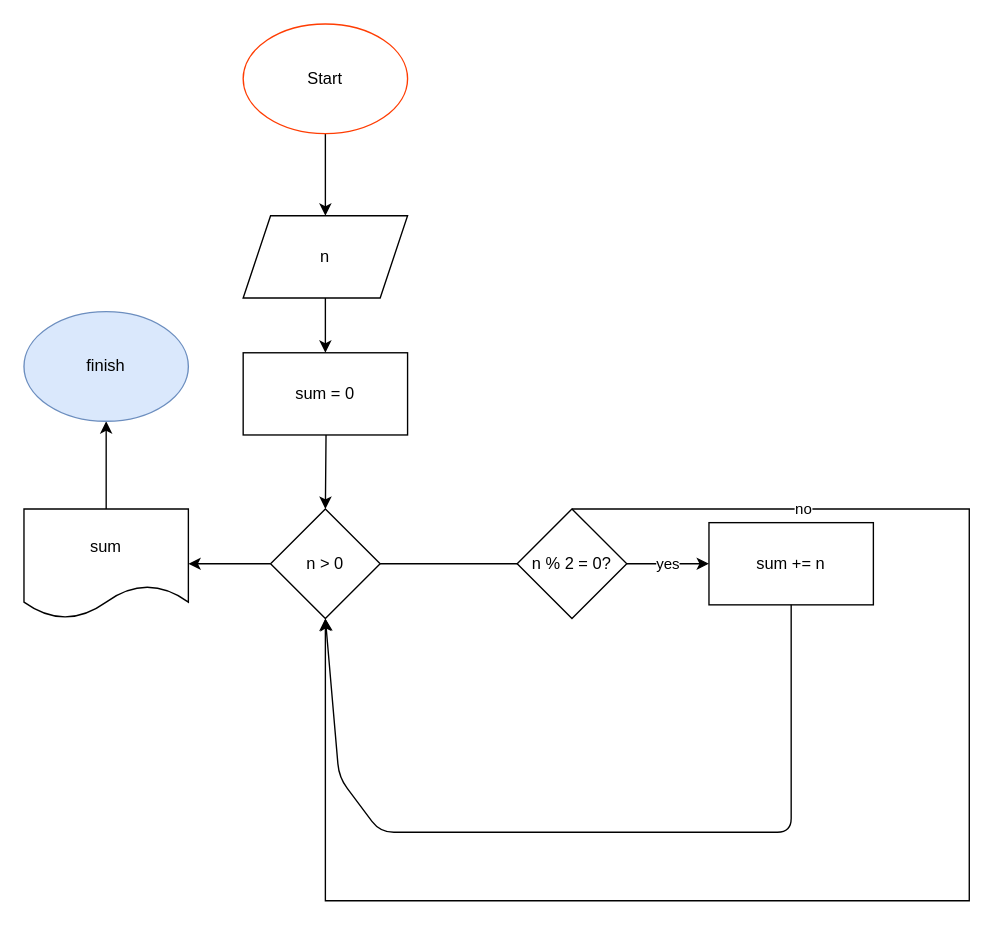
The draw.io diagram sum_of_nums.drawio in yourenoticed/gb, before the edit. Source tidied: cells renumbered, new cells numbered last; positions are measured from the earlier drawing's top-left corner, leaving out a move shared by most shapes. Both pictures are drawn from the tidied source at 137%, with x=0, y=0 at pixel (23, 23).
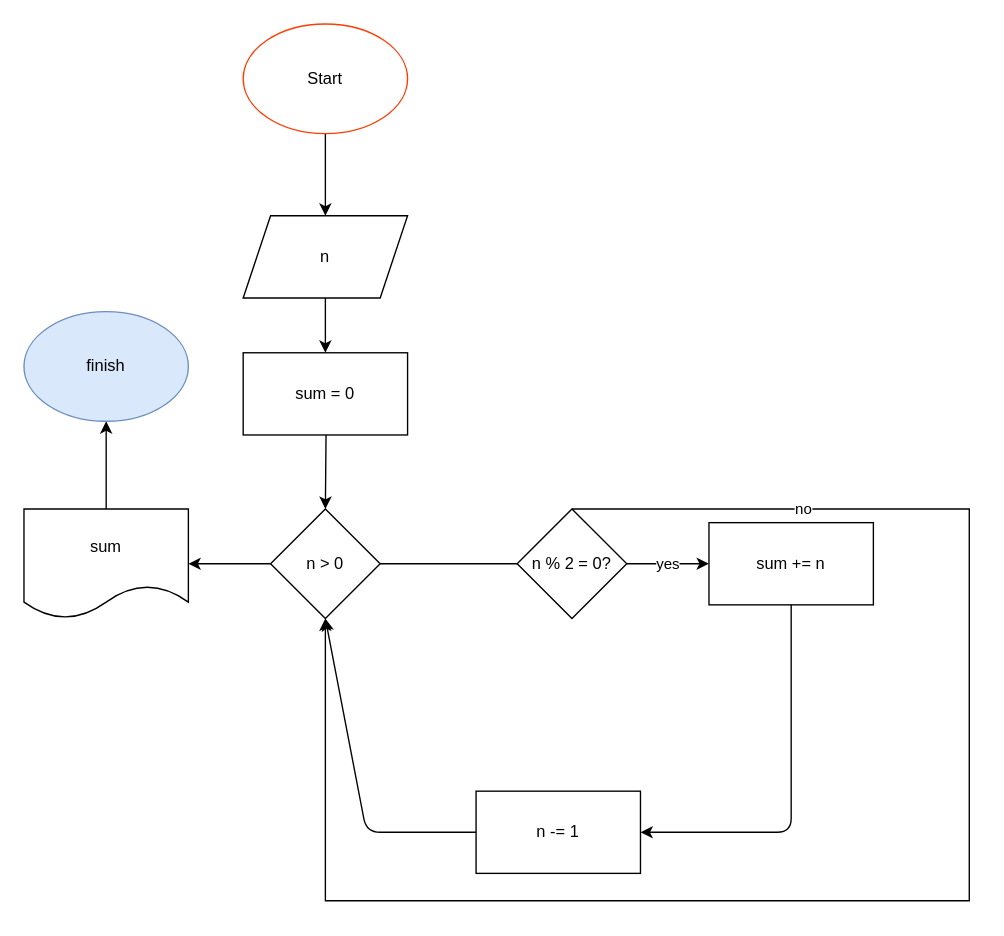
The same page after the edit.

The change refers to these unchanged cells:
```xml
<mxCell id="9" value="n &amp;gt; 0" style="rhombus;whiteSpace=wrap;html=1;" parent="1" vertex="1">
  <mxGeometry x="180" y="354" width="80" height="80" as="geometry" />
</mxCell>
<mxCell id="15" value="sum += n" style="whiteSpace=wrap;html=1;" parent="1" vertex="1">
  <mxGeometry x="500" y="364" width="120" height="60" as="geometry" />
</mxCell>
```

Diff of the diagram source:
```diff
@@
-    <mxCell id="16" style="endArrow=classic;html=1;rounded=1;exitX=0.5;exitY=1;exitDx=0;exitDy=0;entryX=0.5;entryY=1;entryDx=0;entryDy=0;" parent="1" edge="1" source="15" target="9">
+    <mxCell id="16" style="endArrow=classic;html=1;rounded=1;exitX=0.5;exitY=1;exitDx=0;exitDy=0;" parent="1" edge="1" source="15" target="19">
       <mxGeometry relative="1" as="geometry">
         <Array as="points">
           <mxPoint x="560" y="590" />
-          <mxPoint x="260" y="590" />
-          <mxPoint x="230" y="550" />
         </Array>
       </mxGeometry>
     </mxCell>
@@
+    <mxCell id="19" value="n -= 1" style="rounded=0;whiteSpace=wrap;html=1;" parent="1" vertex="1">
+      <mxGeometry x="330" y="560" width="120" height="60" as="geometry" />
+    </mxCell>
+    <mxCell id="20" style="endArrow=classic;html=1;rounded=1;exitX=0;exitY=0.5;exitDx=0;exitDy=0;entryX=0.5;entryY=1;entryDx=0;entryDy=0;" parent="1" edge="1" source="19" target="9">
+      <mxGeometry relative="1" as="geometry">
+        <Array as="points">
+          <mxPoint x="250" y="590" />
+        </Array>
+      </mxGeometry>
+    </mxCell>
```
